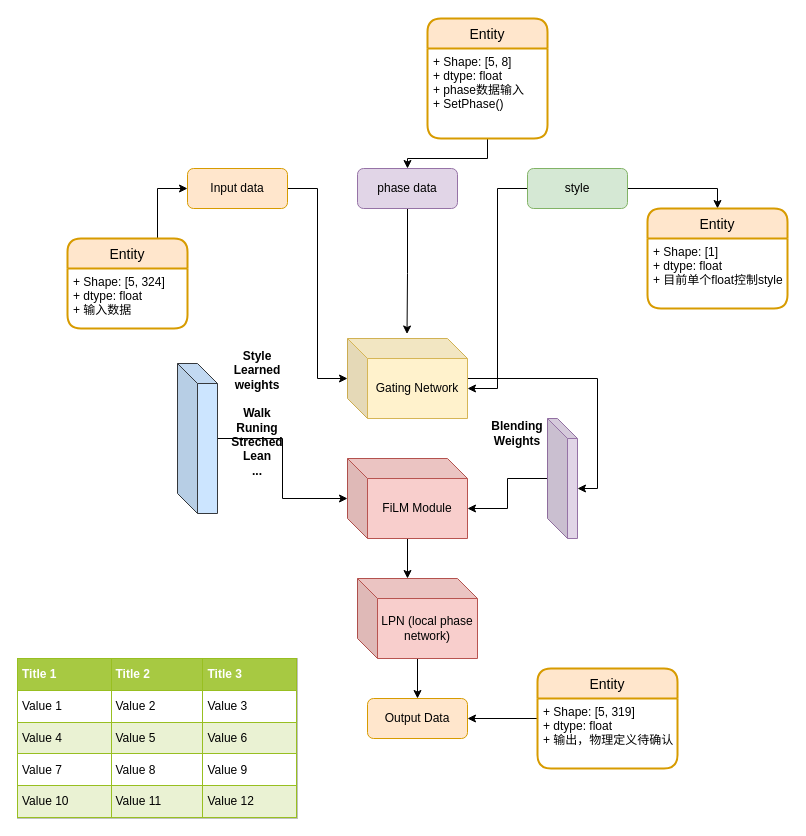
Earlier version of the draw.io diagram filmlp_graph.drawio (lucasjinreal/3d_detection). Source tidied: cells renumbered, new cells numbered last; positions are measured from the earlier drawing's top-left corner, leaving out a move shared by most shapes. Both pictures are drawn from the tidied source at 100%, with x=0, y=0 at pixel (17, 18).
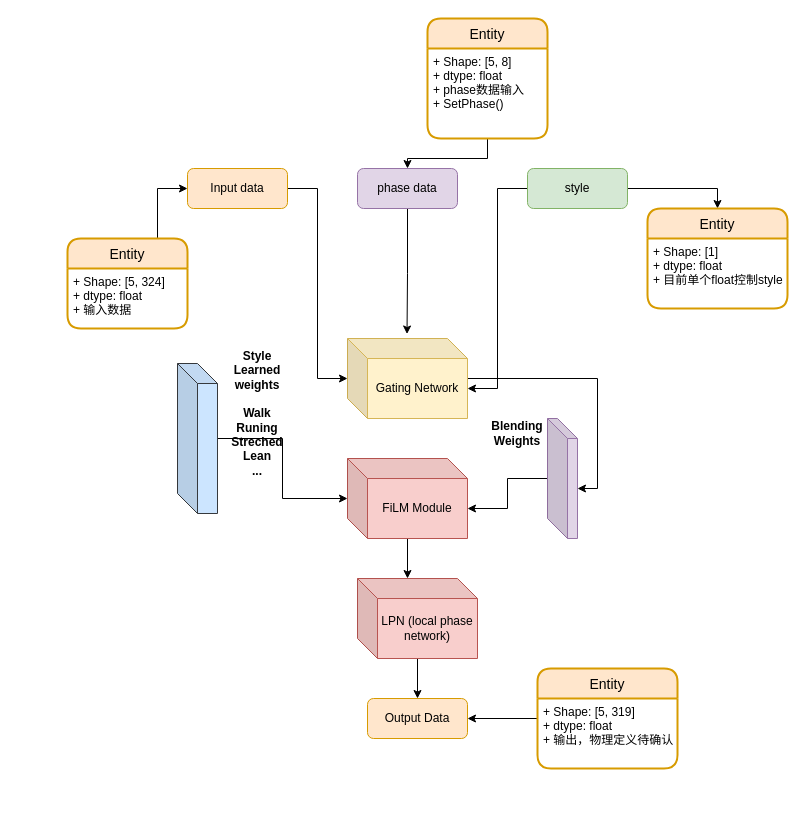
The same diagram, later.

What changed in the source:
```diff
@@
-    <mxCell id="9" value="&lt;table border=&quot;1&quot; width=&quot;100%&quot; height=&quot;100%&quot; cellpadding=&quot;4&quot; style=&quot;width:100%;height:100%;border-collapse:collapse;&quot;&gt;&lt;tr style=&quot;background-color:#A7C942;color:#ffffff;border:1px solid #98bf21;&quot;&gt;&lt;th align=&quot;left&quot;&gt;Title 1&lt;/th&gt;&lt;th align=&quot;left&quot;&gt;Title 2&lt;/th&gt;&lt;th align=&quot;left&quot;&gt;Title 3&lt;/th&gt;&lt;/tr&gt;&lt;tr style=&quot;border:1px solid #98bf21;&quot;&gt;&lt;td&gt;Value 1&lt;/td&gt;&lt;td&gt;Value 2&lt;/td&gt;&lt;td&gt;Value 3&lt;/td&gt;&lt;/tr&gt;&lt;tr style=&quot;background-color:#EAF2D3;border:1px solid #98bf21;&quot;&gt;&lt;td&gt;Value 4&lt;/td&gt;&lt;td&gt;Value 5&lt;/td&gt;&lt;td&gt;Value 6&lt;/td&gt;&lt;/tr&gt;&lt;tr style=&quot;border:1px solid #98bf21;&quot;&gt;&lt;td&gt;Value 7&lt;/td&gt;&lt;td&gt;Value 8&lt;/td&gt;&lt;td&gt;Value 9&lt;/td&gt;&lt;/tr&gt;&lt;tr style=&quot;background-color:#EAF2D3;border:1px solid #98bf21;&quot;&gt;&lt;td&gt;Value 10&lt;/td&gt;&lt;td&gt;Value 11&lt;/td&gt;&lt;td&gt;Value 12&lt;/td&gt;&lt;/tr&gt;&lt;/table&gt;" style="text;html=1;strokeColor=#c0c0c0;fillColor=#ffffff;overflow=fill;rounded=0;" parent="1" vertex="1">
-      <mxGeometry y="640" width="280" height="160" as="geometry" />
-    </mxCell>
```
